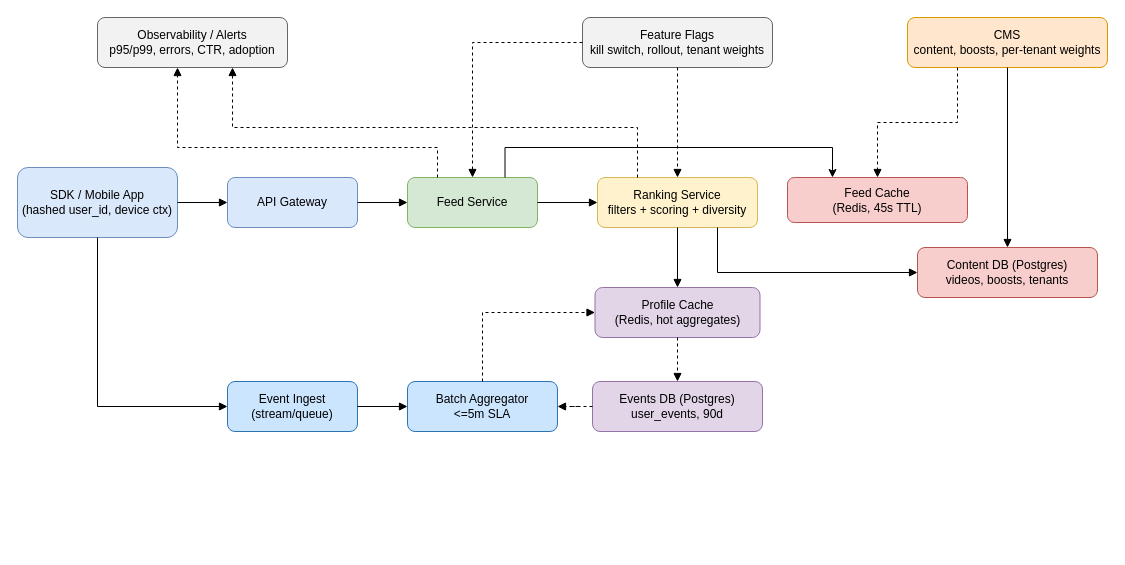
artemmanaenko/st-test-task keeps this draw.io diagram as docs/arch-personalized-feed.drawio. Above is the earlier version. Source tidied: cells renumbered, new cells numbered last; positions are measured from the earlier drawing's top-left corner, leaving out a move shared by most shapes. Both pictures are drawn from the tidied source at 100%, with x=0, y=0 at pixel (17, 17).
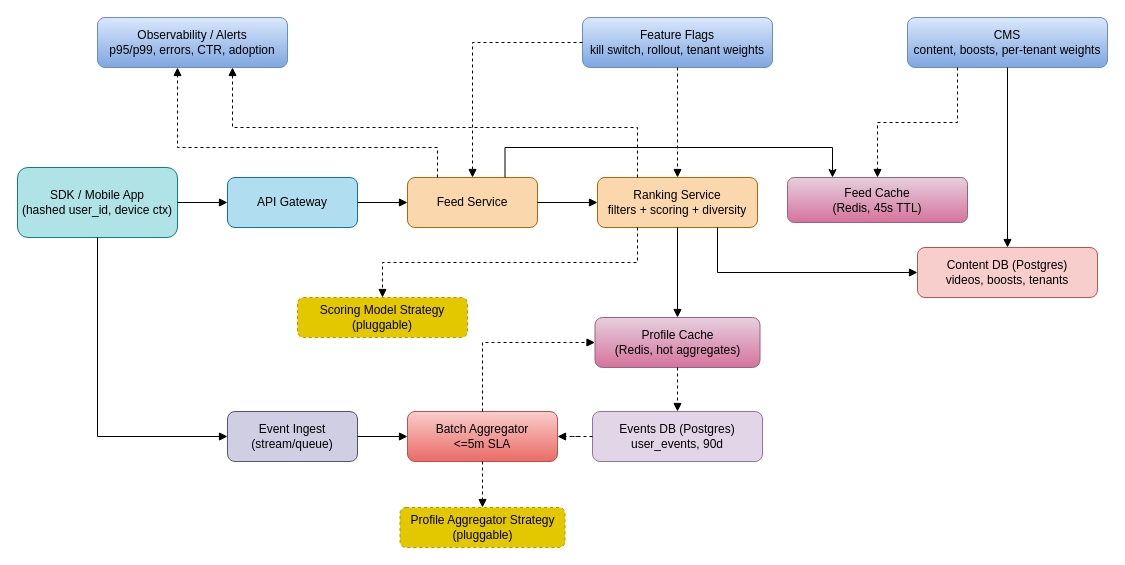
After the change.

Commit message (it also covers changes not shown here):
Document latency budget and update pluggable strategies on diagram

What changed in the source:
```diff
@@
-    <mxCell id="2" value="SDK / Mobile App&#10;(hashed user_id, device ctx)" style="rounded=1;whiteSpace=wrap;html=1;fillColor=#dae8fc;strokeColor=#6c8ebf;" parent="1" vertex="1">
+    <mxCell id="2" value="SDK / Mobile App&#10;(hashed user_id, device ctx)" style="rounded=1;whiteSpace=wrap;html=1;fillColor=#b0e3e6;strokeColor=#0e8088;" parent="1" vertex="1">
       <mxGeometry y="150" width="160" height="70" as="geometry" />
     </mxCell>
-    <mxCell id="3" value="API Gateway" style="rounded=1;whiteSpace=wrap;html=1;fillColor=#dae8fc;strokeColor=#6c8ebf;" parent="1" vertex="1">
+    <mxCell id="3" value="API Gateway" style="rounded=1;whiteSpace=wrap;html=1;fillColor=#b1ddf0;strokeColor=#10739e;" parent="1" vertex="1">
       <mxGeometry x="210" y="160" width="130" height="50" as="geometry" />
     </mxCell>
-    <mxCell id="4" value="Feed Service" style="rounded=1;whiteSpace=wrap;html=1;fillColor=#d5e8d4;strokeColor=#82b366;" parent="1" vertex="1">
+    <mxCell id="4" value="Feed Service" style="rounded=1;whiteSpace=wrap;html=1;fillColor=#fad7ac;strokeColor=#b46504;" parent="1" vertex="1">
       <mxGeometry x="390" y="160" width="130" height="50" as="geometry" />
     </mxCell>
-    <mxCell id="5" value="Ranking Service&#10;filters + scoring + diversity" style="rounded=1;whiteSpace=wrap;html=1;fillColor=#fff2cc;strokeColor=#d6b656;" parent="1" vertex="1">
+    <mxCell id="5" value="Ranking Service&#10;filters + scoring + diversity" style="rounded=1;whiteSpace=wrap;html=1;fillColor=#fad7ac;strokeColor=#b46504;" parent="1" vertex="1">
       <mxGeometry x="580" y="160" width="160" height="50" as="geometry" />
     </mxCell>
-    <mxCell id="6" value="Feed Cache&lt;br&gt;(Redis, 45s TTL)" style="rounded=1;whiteSpace=wrap;html=1;fillColor=#f8cecc;strokeColor=#b85450;" parent="1" vertex="1">
+    <mxCell id="6" value="Feed Cache&lt;br&gt;(Redis, 45s TTL)" style="rounded=1;whiteSpace=wrap;html=1;fillColor=#e6d0de;strokeColor=#996185;gradientColor=#d5739d;" parent="1" vertex="1">
       <mxGeometry x="770" y="160" width="180" height="45" as="geometry" />
     </mxCell>
@@
-    <mxCell id="8" value="Profile Cache&#10;(Redis, hot aggregates)" style="rounded=1;whiteSpace=wrap;html=1;fillColor=#e1d5e7;strokeColor=#9673a6;" parent="1" vertex="1">
-      <mxGeometry x="577.5" y="270" width="165" height="50" as="geometry" />
+    <mxCell id="8" value="Profile Cache&#10;(Redis, hot aggregates)" style="rounded=1;whiteSpace=wrap;html=1;fillColor=#e6d0de;strokeColor=#996185;gradientColor=#d5739d;" parent="1" vertex="1">
+      <mxGeometry x="577.5" y="300" width="165" height="50" as="geometry" />
     </mxCell>
     <mxCell id="9" value="Events DB (Postgres)&#10;user_events, 90d" style="rounded=1;whiteSpace=wrap;html=1;fillColor=#e1d5e7;strokeColor=#9673a6;" parent="1" vertex="1">
-      <mxGeometry x="575" y="364" width="170" height="50" as="geometry" />
+      <mxGeometry x="575" y="394" width="170" height="50" as="geometry" />
     </mxCell>
-    <mxCell id="10" value="CMS&#10;content, boosts, per-tenant weights" style="rounded=1;whiteSpace=wrap;html=1;fillColor=#ffe6cc;strokeColor=#d79b00;" parent="1" vertex="1">
+    <mxCell id="10" value="CMS&#10;content, boosts, per-tenant weights" style="rounded=1;whiteSpace=wrap;html=1;fillColor=#dae8fc;strokeColor=#6c8ebf;gradientColor=#7ea6e0;" parent="1" vertex="1">
       <mxGeometry x="890" width="200" height="50" as="geometry" />
     </mxCell>
-    <mxCell id="11" value="Event Ingest&#10;(stream/queue)" style="rounded=1;whiteSpace=wrap;html=1;fillColor=#cce5ff;strokeColor=#2e73b4;" parent="1" vertex="1">
-      <mxGeometry x="210" y="364" width="130" height="50" as="geometry" />
+    <mxCell id="11" value="Event Ingest&#10;(stream/queue)" style="rounded=1;whiteSpace=wrap;html=1;fillColor=#d0cee2;strokeColor=#56517e;" parent="1" vertex="1">
+      <mxGeometry x="210" y="394" width="130" height="50" as="geometry" />
     </mxCell>
-    <mxCell id="12" value="Batch Aggregator&#10;&lt;=5m SLA" style="rounded=1;whiteSpace=wrap;html=1;fillColor=#cce5ff;strokeColor=#2e73b4;" parent="1" vertex="1">
-      <mxGeometry x="390" y="364" width="150" height="50" as="geometry" />
+    <mxCell id="12" value="Batch Aggregator&#10;&lt;=5m SLA" style="rounded=1;whiteSpace=wrap;html=1;fillColor=#f8cecc;strokeColor=#b85450;gradientColor=#ea6b66;" parent="1" vertex="1">
+      <mxGeometry x="390" y="394" width="150" height="50" as="geometry" />
     </mxCell>
-    <mxCell id="13" value="Feature Flags&lt;br&gt;kill switch, rollout, tenant weights" style="rounded=1;whiteSpace=wrap;html=1;fillColor=#f2f2f2;strokeColor=#666666;" parent="1" vertex="1">
+    <mxCell id="13" value="Feature Flags&lt;br&gt;kill switch, rollout, tenant weights" style="rounded=1;whiteSpace=wrap;html=1;fillColor=#dae8fc;strokeColor=#6c8ebf;gradientColor=#7ea6e0;" parent="1" vertex="1">
       <mxGeometry x="565" width="190" height="50" as="geometry" />
     </mxCell>
-    <mxCell id="14" value="Observability / Alerts&#10;p95/p99, errors, CTR, adoption" style="rounded=1;whiteSpace=wrap;html=1;fillColor=#f2f2f2;strokeColor=#666666;" parent="1" vertex="1">
+    <mxCell id="14" value="Observability / Alerts&#10;p95/p99, errors, CTR, adoption" style="rounded=1;whiteSpace=wrap;html=1;fillColor=#dae8fc;strokeColor=#6c8ebf;gradientColor=#7ea6e0;" parent="1" vertex="1">
       <mxGeometry x="80" width="190" height="50" as="geometry" />
     </mxCell>
@@
+    <mxCell id="32" value="Scoring Model Strategy&#10;(pluggable)" style="rounded=1;whiteSpace=wrap;html=1;fillColor=#e3c800;strokeColor=#B09500;dashed=1;fontColor=#000000;" parent="1" vertex="1">
+      <mxGeometry x="280" y="280" width="170" height="40" as="geometry" />
+    </mxCell>
+    <mxCell id="33" style="edgeStyle=orthogonalEdgeStyle;rounded=0;jettySize=auto;html=1;endArrow=block;endFill=1;dashed=1;exitX=0.25;exitY=1;exitDx=0;exitDy=0;" parent="1" edge="1" source="5" target="32">
+      <mxGeometry relative="1" as="geometry" />
+    </mxCell>
+    <mxCell id="34" value="Profile Aggregator Strategy&#10;(pluggable)" style="rounded=1;whiteSpace=wrap;html=1;fillColor=#e3c800;strokeColor=#B09500;dashed=1;fontColor=#000000;" parent="1" vertex="1">
+      <mxGeometry x="382.5" y="490" width="165" height="40" as="geometry" />
+    </mxCell>
+    <mxCell id="35" style="edgeStyle=orthogonalEdgeStyle;rounded=0;jettySize=auto;html=1;endArrow=block;endFill=1;dashed=1;" parent="1" edge="1" source="12" target="34">
+      <mxGeometry relative="1" as="geometry" />
+    </mxCell>
```
